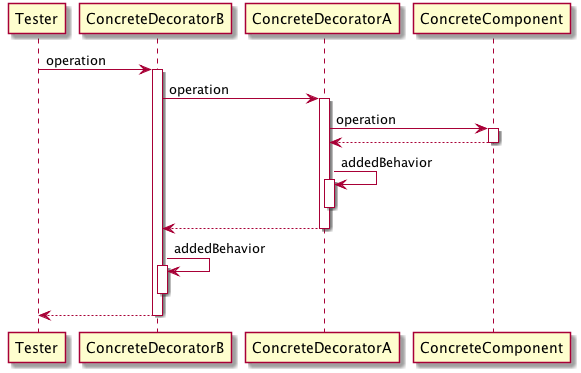
hotpro/uml-parser keeps this PlantUML diagram as s.png. Above is the earlier version.
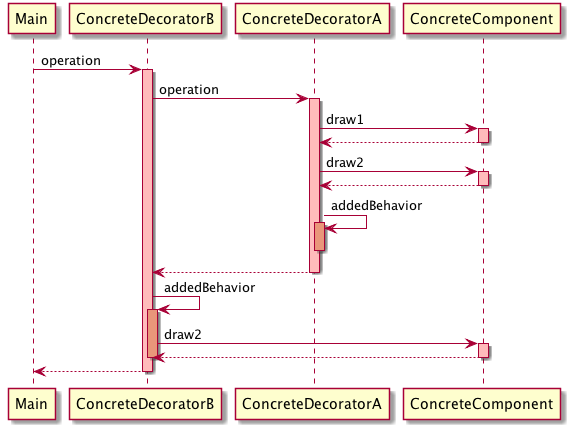
Later version of the same file.

Diff of the diagram source:
```diff
@@ -1,20 +1,28 @@
 @startuml
-Tester -> ConcreteDecoratorB: operation
-activate ConcreteDecoratorB
+Main -> ConcreteDecoratorB: operation
+activate ConcreteDecoratorB #FFBBBB
 ConcreteDecoratorB -> ConcreteDecoratorA: operation
-activate ConcreteDecoratorA
-ConcreteDecoratorA -> ConcreteComponent: operation
-activate ConcreteComponent
+activate ConcreteDecoratorA #FFBBBB
+ConcreteDecoratorA -> ConcreteComponent: draw1
+activate ConcreteComponent #FFBBBB
+ConcreteComponent --> ConcreteDecoratorA
+deactivate ConcreteComponent
+ConcreteDecoratorA -> ConcreteComponent: draw2
+activate ConcreteComponent #FFBBBB
 ConcreteComponent --> ConcreteDecoratorA
 deactivate ConcreteComponent
 ConcreteDecoratorA -> ConcreteDecoratorA: addedBehavior
-activate ConcreteDecoratorA
+activate ConcreteDecoratorA #DarkSalmon
 deactivate ConcreteDecoratorA
 ConcreteDecoratorA --> ConcreteDecoratorB
 deactivate ConcreteDecoratorA
 ConcreteDecoratorB -> ConcreteDecoratorB: addedBehavior
-activate ConcreteDecoratorB
+activate ConcreteDecoratorB #DarkSalmon
+ConcreteDecoratorB -> ConcreteComponent: draw2
+activate ConcreteComponent #FFBBBB
+ConcreteComponent --> ConcreteDecoratorB
+deactivate ConcreteComponent
 deactivate ConcreteDecoratorB
-ConcreteDecoratorB --> Tester
+ConcreteDecoratorB --> Main
 deactivate ConcreteDecoratorB
 @enduml
```
